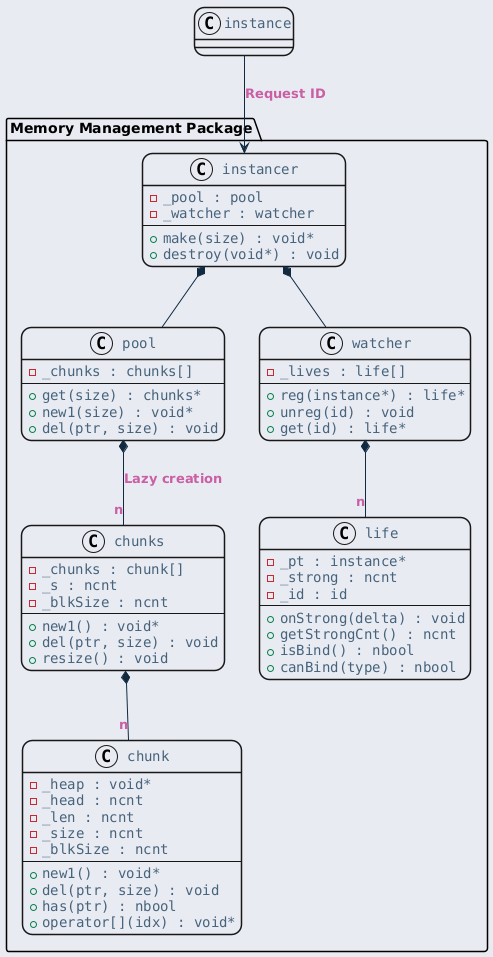
Above: ref/generated/ko/inline_umlgraph_11.png in byeolang/website (PlantUML), before the change.
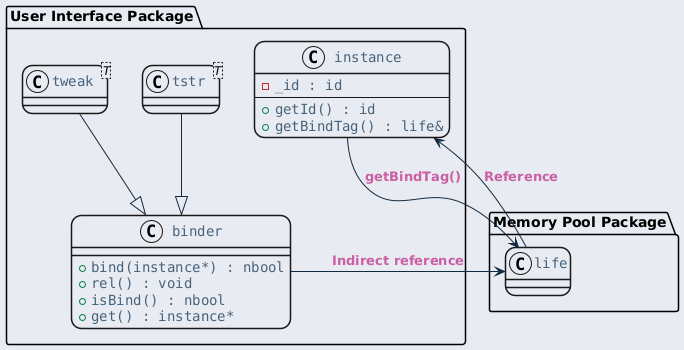
The same file after the commit.

Diff of the diagram source:
```diff
@@ -23,71 +23,33 @@
     }
 }
 </style>
-package "Memory Management Package" {
-    class "instancer" as instancer {
-        - _pool : pool
-        - _watcher : watcher
+package "User Interface Package" {
+    class "instance" as instance {
+        - _id : id
         ---
-        + make(size) : void*
-        + destroy(void*) : void
+        + getId() : id
+        + getBindTag() : life&
     }
 
-    class "pool" as pool {
-        - _chunks : chunks[]
-        ---
-        + get(size) : chunks*
-        + new1(size) : void*
-        + del(ptr, size) : void
+    class "binder" as binder {
+        + bind(instance*) : nbool
+        + rel() : void
+        + isBind() : nbool
+        + get() : instance*
     }
 
-    class "chunks" as chunks {
-        - _chunks : chunk[]
-        - _s : ncnt
-        - _blkSize : ncnt
-        ---
-        + new1() : void*
-        + del(ptr, size) : void
-        + resize() : void
-    }
-
-    class "chunk" as chunk {
-        - _heap : void*
-        - _head : ncnt
-        - _len : ncnt
-        - _size : ncnt
-        - _blkSize : ncnt
-        ---
-        + new1() : void*
-        + del(ptr, size) : void
-        + has(ptr) : nbool
-        + operator[](idx) : void*
-    }
-
-    class "watcher" as watcher {
-        - _lives : life[]
-        ---
-        + reg(instance*) : life*
-        + unreg(id) : void
-        + get(id) : life*
-    }
-
-    class "life" as life {
-        - _pt : instance*
-        - _strong : ncnt
-        - _id : id
-        ---
-        + onStrong(delta) : void
-        + getStrongCnt() : ncnt
-        + isBind() : nbool
-        + canBind(type) : nbool
-    }
+    class "tstr<T>" as tstr
+    class "tweak<T>" as tweak
 }
 
-instancer *-- pool
-instancer *-- watcher
-pool *-- "n" chunks : Lazy creation
-chunks *-- "n" chunk
-watcher *-- "n" life
+package "Memory Pool Package" {
+  class life {}
+}
 
-instance --> instancer: Request ID
+life --> instance : Reference
+
+binder --> life : Indirect reference
+tstr --|> binder
+tweak --|> binder
+instance --> life : getBindTag()
 @enduml
```
